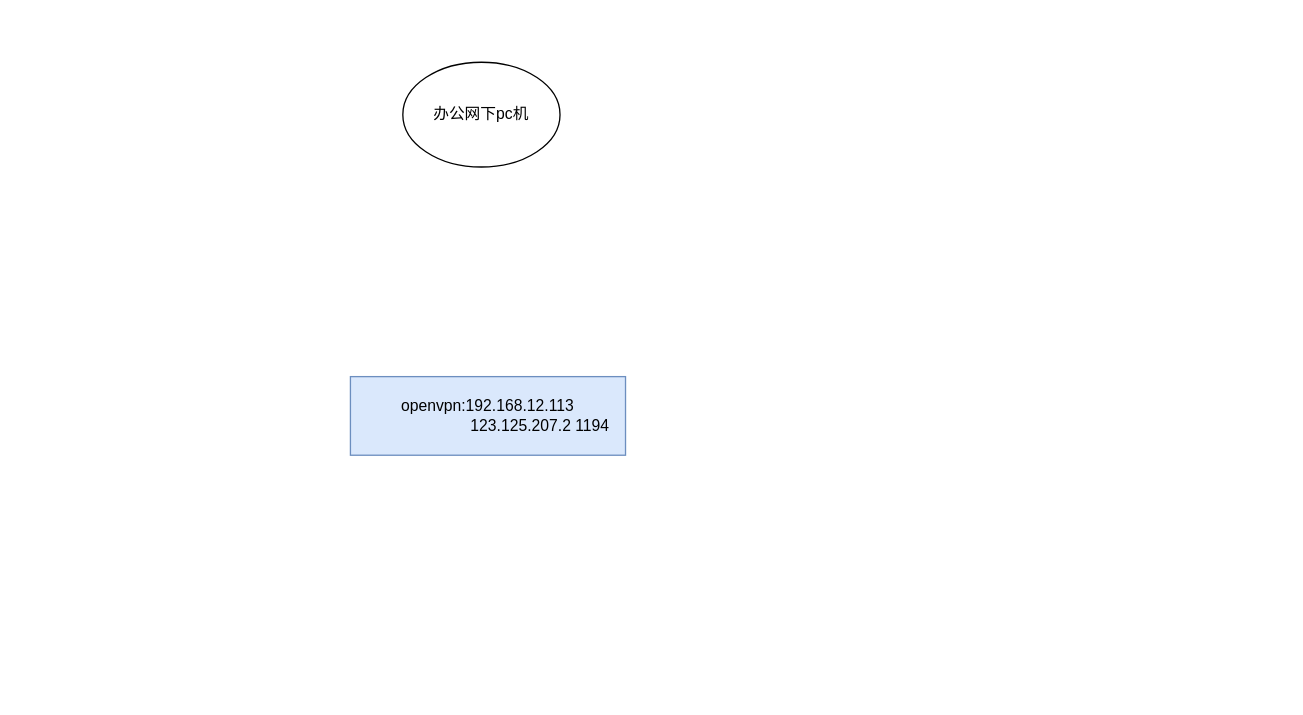
Earlier version of the draw.io diagram 未命名绘图.drawio (HonyLiu/drawio-content). Source tidied: cells renumbered, new cells numbered last; positions are measured from the earlier drawing's top-left corner, leaving out a move shared by most shapes. Both pictures are drawn from the tidied source at 131%, with x=0, y=0 at pixel (350, 62).
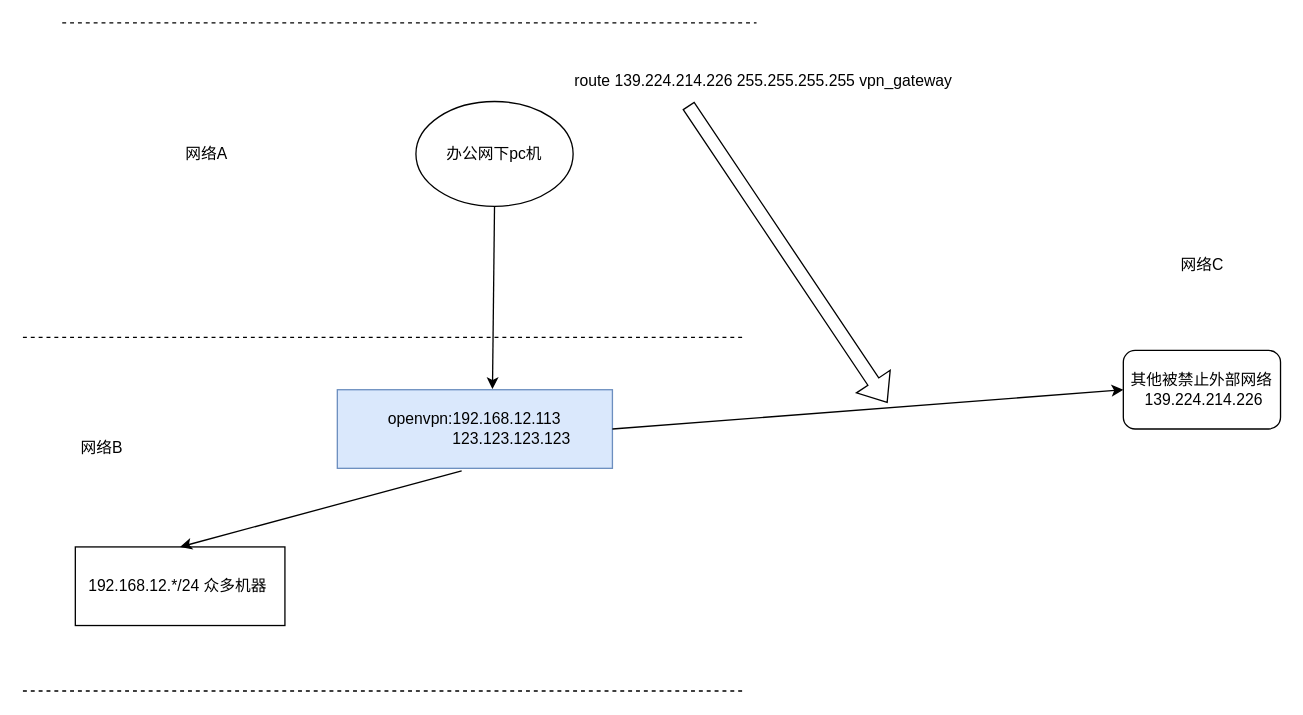
The same diagram, later.

What changed in the source:
```diff
@@
-    <mxCell id="2" value="openvpn:192.168.12.113&lt;br&gt;&lt;span style=&quot;white-space: pre;&quot;&gt;&#9;&lt;/span&gt;&lt;span style=&quot;white-space: pre;&quot;&gt;&#9;&lt;/span&gt;&lt;span style=&quot;white-space: pre;&quot;&gt;&#9;&lt;/span&gt;123.125.207.2 1194" style="rounded=0;whiteSpace=wrap;html=1;fillColor=#dae8fc;strokeColor=#6c8ebf;" parent="1" vertex="1">
-      <mxGeometry y="240" width="210" height="60" as="geometry" />
+    <mxCell id="2" value="openvpn:192.168.12.113&lt;br&gt;&lt;span style=&quot;white-space: pre;&quot;&gt;&#9;&lt;/span&gt;&lt;span style=&quot;white-space: pre;&quot;&gt;&#9;&lt;/span&gt;&amp;nbsp;123.123.123.123" style="rounded=0;whiteSpace=wrap;html=1;fillColor=#dae8fc;strokeColor=#6c8ebf;" parent="1" vertex="1">
+      <mxGeometry x="-10" y="250" width="210" height="60" as="geometry" />
     </mxCell>
     <mxCell id="3" value="办公网下pc机" style="ellipse;whiteSpace=wrap;html=1;" parent="1" vertex="1">
-      <mxGeometry x="40" width="120" height="80" as="geometry" />
+      <mxGeometry x="50" y="30" width="120" height="80" as="geometry" />
     </mxCell>
+    <mxCell id="4" value="192.168.12.*/24 众多机器&amp;nbsp;" style="rounded=0;whiteSpace=wrap;html=1;" parent="1" vertex="1">
+      <mxGeometry x="-210" y="370" width="160" height="60" as="geometry" />
+    </mxCell>
+    <mxCell id="5" value="其他被禁止外部网络&lt;br&gt;&amp;nbsp;139.224.214.226" style="rounded=1;whiteSpace=wrap;html=1;" parent="1" vertex="1">
+      <mxGeometry x="590" y="220" width="120" height="60" as="geometry" />
+    </mxCell>
+    <mxCell id="6" style="endArrow=classic;html=1;rounded=0;entryX=0.564;entryY=-0.008;entryDx=0;entryDy=0;entryPerimeter=0;exitX=0.5;exitY=1;exitDx=0;exitDy=0;" parent="1" edge="1" source="3" target="2">
+      <mxGeometry relative="1" as="geometry" />
+    </mxCell>
+    <mxCell id="7" style="endArrow=none;dashed=1;html=1;rounded=0;" parent="1" edge="1">
+      <mxGeometry relative="1" as="geometry">
+        <mxPoint x="-250" y="210" as="sourcePoint" />
+        <mxPoint x="300" y="210" as="targetPoint" />
+      </mxGeometry>
+    </mxCell>
+    <mxCell id="8" style="endArrow=none;dashed=1;html=1;rounded=0;" parent="1" edge="1">
+      <mxGeometry relative="1" as="geometry">
+        <mxPoint x="-250" y="480" as="sourcePoint" />
+        <mxPoint x="300" y="480" as="targetPoint" />
+      </mxGeometry>
+    </mxCell>
+    <mxCell id="9" style="endArrow=none;dashed=1;html=1;rounded=0;" parent="1" edge="1">
+      <mxGeometry relative="1" as="geometry">
+        <mxPoint x="-220" y="-30" as="sourcePoint" />
+        <mxPoint x="310" y="-30" as="targetPoint" />
+        <Array as="points">
+          <mxPoint x="130" y="-30" />
+        </Array>
+      </mxGeometry>
+    </mxCell>
+    <mxCell id="10" value="网络A" style="text;html=1;align=center;verticalAlign=middle;strokeColor=none;fillColor=none;" parent="1" vertex="1">
+      <mxGeometry x="-140" y="55" width="60" height="30" as="geometry" />
+    </mxCell>
+    <mxCell id="11" value="网络B" style="text;html=1;align=center;verticalAlign=middle;strokeColor=none;fillColor=none;" parent="1" vertex="1">
+      <mxGeometry x="-220" y="280" width="60" height="30" as="geometry" />
+    </mxCell>
+    <mxCell id="12" value="网络C" style="text;html=1;align=center;verticalAlign=middle;strokeColor=none;fillColor=none;" parent="1" vertex="1">
+      <mxGeometry x="620" y="140" width="60" height="30" as="geometry" />
+    </mxCell>
+    <mxCell id="13" style="endArrow=classic;html=1;rounded=0;entryX=0.5;entryY=0;entryDx=0;entryDy=0;exitX=0.452;exitY=1.033;exitDx=0;exitDy=0;exitPerimeter=0;" parent="1" edge="1" source="2" target="4">
+      <mxGeometry relative="1" as="geometry" />
+    </mxCell>
+    <mxCell id="14" style="endArrow=classic;html=1;rounded=0;entryX=0;entryY=0.5;entryDx=0;entryDy=0;exitX=1;exitY=0.5;exitDx=0;exitDy=0;" parent="1" edge="1" source="2" target="5">
+      <mxGeometry relative="1" as="geometry" />
+    </mxCell>
+    <mxCell id="15" value="route&amp;nbsp;139.224.214.226&amp;nbsp;255.255.255.255 vpn_gateway" style="text;html=1;align=center;verticalAlign=middle;points=[];strokeColor=none;fillColor=none;" parent="1" vertex="1">
+      <mxGeometry x="160" width="310" height="30" as="geometry" />
+    </mxCell>
+    <mxCell id="16" style="shape=flexArrow;endArrow=classic;html=1;rounded=0;exitX=0.316;exitY=1.1;exitDx=0;exitDy=0;exitPerimeter=0;" parent="1" edge="1" source="15">
+      <mxGeometry relative="1" as="geometry">
+        <mxPoint x="410" y="260" as="targetPoint" />
+      </mxGeometry>
+    </mxCell>
```
